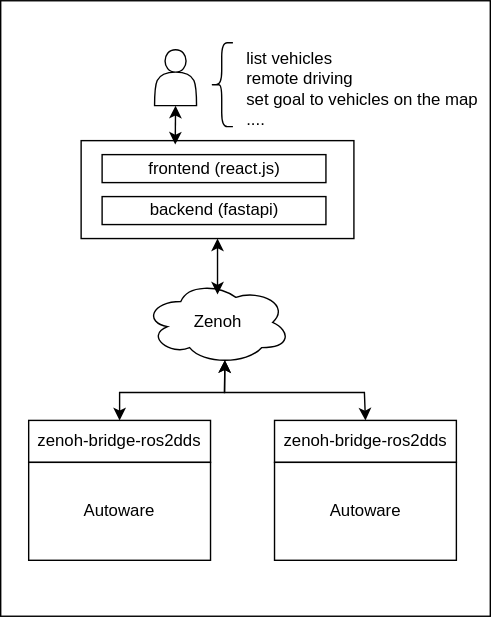
Above: resource/Autoware_FMS_Zenoh_Architecture.svg in evshary/zenoh_autoware_fms (draw.io), before the change. Source tidied: cells renumbered, new cells last; positions are measured from the earlier drawing's top-left corner, leaving out a move shared by most shapes. Its diagram source:
```xml
<mxGraphModel>
  <root>
    <mxCell id="0" />
    <mxCell id="1" parent="0" />
    <mxCell id="2" style="rounded=0;whiteSpace=wrap;html=1;" parent="1" vertex="1">
      <mxGeometry width="350" height="440" as="geometry" />
    </mxCell>
    <mxCell id="3" style="shape=actor;whiteSpace=wrap;html=1;" parent="1" vertex="1">
      <mxGeometry x="110" y="35" width="30" height="40" as="geometry" />
    </mxCell>
    <mxCell id="4" style="rounded=0;whiteSpace=wrap;html=1;" parent="1" vertex="1">
      <mxGeometry x="57.5" y="100" width="195" height="70" as="geometry" />
    </mxCell>
    <mxCell id="5" value="Zenoh" style="ellipse;shape=cloud;whiteSpace=wrap;html=1;" parent="1" vertex="1">
      <mxGeometry x="102.5" y="200" width="105" height="60" as="geometry" />
    </mxCell>
    <mxCell id="6" value="zenoh-bridge-ros2dds" style="rounded=0;whiteSpace=wrap;html=1;" parent="1" vertex="1">
      <mxGeometry x="20" y="300" width="130" height="30" as="geometry" />
    </mxCell>
    <mxCell id="7" value="Autoware" style="rounded=0;whiteSpace=wrap;html=1;" parent="1" vertex="1">
      <mxGeometry x="20" y="330" width="130" height="70" as="geometry" />
    </mxCell>
    <mxCell id="8" value="frontend (react.js)" style="rounded=0;whiteSpace=wrap;html=1;" parent="1" vertex="1">
      <mxGeometry x="72.5" y="110" width="160" height="20" as="geometry" />
    </mxCell>
    <mxCell id="9" value="backend (fastapi)" style="rounded=0;whiteSpace=wrap;html=1;" parent="1" vertex="1">
      <mxGeometry x="72.5" y="140" width="160" height="20" as="geometry" />
    </mxCell>
    <mxCell id="10" style="shape=curlyBracket;whiteSpace=wrap;html=1;rounded=1;labelPosition=left;verticalLabelPosition=middle;align=right;verticalAlign=middle;" parent="1" vertex="1">
      <mxGeometry x="150" y="30" width="16" height="60" as="geometry" />
    </mxCell>
    <mxCell id="11" value="list vehicles&lt;br&gt;remote driving&lt;br&gt;set goal to vehicles on the map&lt;br&gt;...." style="text;html=1;strokeColor=none;fillColor=none;align=left;verticalAlign=middle;whiteSpace=wrap;rounded=0;" parent="1" vertex="1">
      <mxGeometry x="173.5" y="35" width="176.5" height="55" as="geometry" />
    </mxCell>
    <mxCell id="12" style="endArrow=classic;startArrow=classic;html=1;rounded=0;entryX=0.5;entryY=1;entryDx=0;entryDy=0;exitX=0.345;exitY=0.04;exitDx=0;exitDy=0;exitPerimeter=0;" parent="1" edge="1" source="4" target="3">
      <mxGeometry relative="1" as="geometry" />
    </mxCell>
    <mxCell id="13" style="endArrow=classic;startArrow=classic;html=1;rounded=0;entryX=0.5;entryY=1;entryDx=0;entryDy=0;" parent="1" edge="1" target="4">
      <mxGeometry relative="1" as="geometry">
        <mxPoint x="155" y="210" as="sourcePoint" />
      </mxGeometry>
    </mxCell>
    <mxCell id="14" value="zenoh-bridge-ros2dds" style="rounded=0;whiteSpace=wrap;html=1;" parent="1" vertex="1">
      <mxGeometry x="195.8" y="300" width="130" height="30" as="geometry" />
    </mxCell>
    <mxCell id="15" value="Autoware" style="rounded=0;whiteSpace=wrap;html=1;" parent="1" vertex="1">
      <mxGeometry x="195.8" y="330" width="130" height="70" as="geometry" />
    </mxCell>
    <mxCell id="16" style="endArrow=classic;startArrow=classic;html=1;rounded=0;entryX=0.55;entryY=0.95;entryDx=0;entryDy=0;entryPerimeter=0;exitX=0.5;exitY=0;exitDx=0;exitDy=0;" parent="1" edge="1" source="6" target="5">
      <mxGeometry relative="1" as="geometry">
        <Array as="points">
          <mxPoint x="85" y="280" />
          <mxPoint x="160" y="280" />
        </Array>
      </mxGeometry>
    </mxCell>
    <mxCell id="17" style="endArrow=classic;startArrow=classic;html=1;rounded=0;entryX=0.55;entryY=0.95;entryDx=0;entryDy=0;entryPerimeter=0;exitX=0.5;exitY=0;exitDx=0;exitDy=0;" parent="1" edge="1" source="14" target="5">
      <mxGeometry relative="1" as="geometry">
        <Array as="points">
          <mxPoint x="260" y="280" />
          <mxPoint x="160" y="280" />
        </Array>
      </mxGeometry>
    </mxCell>
  </root>
</mxGraphModel>
```
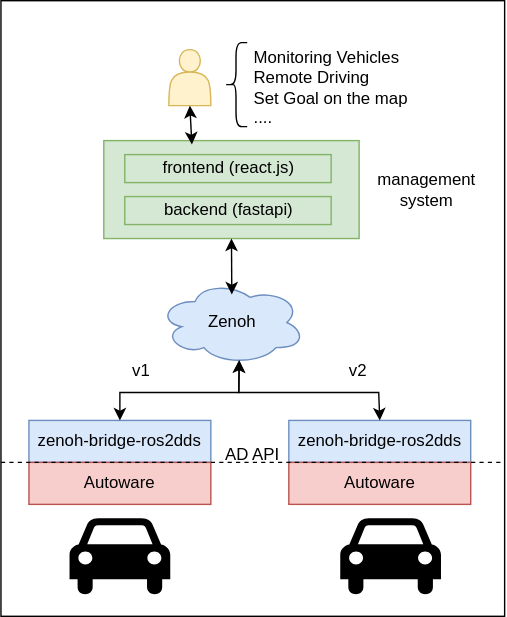
After the change.

Change to the diagram source:
```diff
@@ -3,34 +3,34 @@
     <mxCell id="0" />
     <mxCell id="1" parent="0" />
     <mxCell id="2" style="rounded=0;whiteSpace=wrap;html=1;" parent="1" vertex="1">
-      <mxGeometry width="350" height="440" as="geometry" />
+      <mxGeometry x="-10" width="360" height="440" as="geometry" />
     </mxCell>
-    <mxCell id="3" style="shape=actor;whiteSpace=wrap;html=1;" parent="1" vertex="1">
+    <mxCell id="3" style="shape=actor;whiteSpace=wrap;html=1;fillColor=#fff2cc;strokeColor=#d6b656;" parent="1" vertex="1">
       <mxGeometry x="110" y="35" width="30" height="40" as="geometry" />
     </mxCell>
-    <mxCell id="4" style="rounded=0;whiteSpace=wrap;html=1;" parent="1" vertex="1">
-      <mxGeometry x="57.5" y="100" width="195" height="70" as="geometry" />
+    <mxCell id="4" style="rounded=0;whiteSpace=wrap;html=1;fillColor=#d5e8d4;strokeColor=#82b366;" parent="1" vertex="1">
+      <mxGeometry x="63.5" y="100" width="182.5" height="70" as="geometry" />
     </mxCell>
-    <mxCell id="5" value="Zenoh" style="ellipse;shape=cloud;whiteSpace=wrap;html=1;" parent="1" vertex="1">
+    <mxCell id="5" value="Zenoh" style="ellipse;shape=cloud;whiteSpace=wrap;html=1;fillColor=#dae8fc;strokeColor=#6c8ebf;" parent="1" vertex="1">
       <mxGeometry x="102.5" y="200" width="105" height="60" as="geometry" />
     </mxCell>
-    <mxCell id="6" value="zenoh-bridge-ros2dds" style="rounded=0;whiteSpace=wrap;html=1;" parent="1" vertex="1">
-      <mxGeometry x="20" y="300" width="130" height="30" as="geometry" />
+    <mxCell id="6" value="zenoh-bridge-ros2dds" style="rounded=0;whiteSpace=wrap;html=1;fillColor=#dae8fc;strokeColor=#6c8ebf;" parent="1" vertex="1">
+      <mxGeometry x="10" y="300" width="130" height="30" as="geometry" />
     </mxCell>
-    <mxCell id="7" value="Autoware" style="rounded=0;whiteSpace=wrap;html=1;" parent="1" vertex="1">
-      <mxGeometry x="20" y="330" width="130" height="70" as="geometry" />
+    <mxCell id="7" value="Autoware" style="rounded=0;whiteSpace=wrap;html=1;fillColor=#f8cecc;strokeColor=#b85450;" parent="1" vertex="1">
+      <mxGeometry x="10" y="330" width="130" height="30" as="geometry" />
     </mxCell>
-    <mxCell id="8" value="frontend (react.js)" style="rounded=0;whiteSpace=wrap;html=1;" parent="1" vertex="1">
-      <mxGeometry x="72.5" y="110" width="160" height="20" as="geometry" />
+    <mxCell id="8" value="frontend (react.js)" style="rounded=0;whiteSpace=wrap;html=1;fillColor=#d5e8d4;strokeColor=#82b366;" parent="1" vertex="1">
+      <mxGeometry x="78.5" y="110" width="147.5" height="20" as="geometry" />
     </mxCell>
-    <mxCell id="9" value="backend (fastapi)" style="rounded=0;whiteSpace=wrap;html=1;" parent="1" vertex="1">
-      <mxGeometry x="72.5" y="140" width="160" height="20" as="geometry" />
+    <mxCell id="9" value="backend (fastapi)" style="rounded=0;whiteSpace=wrap;html=1;fillColor=#d5e8d4;strokeColor=#82b366;" parent="1" vertex="1">
+      <mxGeometry x="78.5" y="140" width="147.5" height="20" as="geometry" />
     </mxCell>
     <mxCell id="10" style="shape=curlyBracket;whiteSpace=wrap;html=1;rounded=1;labelPosition=left;verticalLabelPosition=middle;align=right;verticalAlign=middle;" parent="1" vertex="1">
       <mxGeometry x="150" y="30" width="16" height="60" as="geometry" />
     </mxCell>
-    <mxCell id="11" value="list vehicles&lt;br&gt;remote driving&lt;br&gt;set goal to vehicles on the map&lt;br&gt;...." style="text;html=1;strokeColor=none;fillColor=none;align=left;verticalAlign=middle;whiteSpace=wrap;rounded=0;" parent="1" vertex="1">
-      <mxGeometry x="173.5" y="35" width="176.5" height="55" as="geometry" />
+    <mxCell id="11" value="Monitoring Vehicles&lt;br&gt;Remote Driving&lt;br&gt;Set Goal on the map&lt;br&gt;...." style="text;html=1;strokeColor=none;fillColor=none;align=left;verticalAlign=middle;whiteSpace=wrap;rounded=0;" parent="1" vertex="1">
+      <mxGeometry x="168.5" y="34" width="176.5" height="55" as="geometry" />
     </mxCell>
     <mxCell id="12" style="endArrow=classic;startArrow=classic;html=1;rounded=0;entryX=0.5;entryY=1;entryDx=0;entryDy=0;exitX=0.345;exitY=0.04;exitDx=0;exitDy=0;exitPerimeter=0;" parent="1" edge="1" source="4" target="3">
       <mxGeometry relative="1" as="geometry" />
@@ -40,16 +40,16 @@
         <mxPoint x="155" y="210" as="sourcePoint" />
       </mxGeometry>
     </mxCell>
-    <mxCell id="14" value="zenoh-bridge-ros2dds" style="rounded=0;whiteSpace=wrap;html=1;" parent="1" vertex="1">
+    <mxCell id="14" value="zenoh-bridge-ros2dds" style="rounded=0;whiteSpace=wrap;html=1;fillColor=#dae8fc;strokeColor=#6c8ebf;" parent="1" vertex="1">
       <mxGeometry x="195.8" y="300" width="130" height="30" as="geometry" />
     </mxCell>
-    <mxCell id="15" value="Autoware" style="rounded=0;whiteSpace=wrap;html=1;" parent="1" vertex="1">
-      <mxGeometry x="195.8" y="330" width="130" height="70" as="geometry" />
+    <mxCell id="15" value="Autoware" style="rounded=0;whiteSpace=wrap;html=1;fillColor=#f8cecc;strokeColor=#b85450;" parent="1" vertex="1">
+      <mxGeometry x="195.8" y="330" width="130" height="30" as="geometry" />
     </mxCell>
     <mxCell id="16" style="endArrow=classic;startArrow=classic;html=1;rounded=0;entryX=0.55;entryY=0.95;entryDx=0;entryDy=0;entryPerimeter=0;exitX=0.5;exitY=0;exitDx=0;exitDy=0;" parent="1" edge="1" source="6" target="5">
       <mxGeometry relative="1" as="geometry">
         <Array as="points">
-          <mxPoint x="85" y="280" />
+          <mxPoint x="75" y="280" />
           <mxPoint x="160" y="280" />
         </Array>
       </mxGeometry>
@@ -62,5 +62,26 @@
         </Array>
       </mxGeometry>
     </mxCell>
+    <mxCell id="18" style="shape=mxgraph.signs.transportation.car_4;html=1;fillColor=#000000;strokeColor=none;verticalLabelPosition=bottom;verticalAlign=top;align=center;sketch=0;" parent="1" vertex="1">
+      <mxGeometry x="39" y="370" width="72" height="56" as="geometry" />
+    </mxCell>
+    <mxCell id="19" style="shape=mxgraph.signs.transportation.car_4;html=1;fillColor=#000000;strokeColor=none;verticalLabelPosition=bottom;verticalAlign=top;align=center;sketch=0;" parent="1" vertex="1">
+      <mxGeometry x="232.5" y="370" width="72" height="56" as="geometry" />
+    </mxCell>
+    <mxCell id="20" value="v1" style="text;html=1;align=center;verticalAlign=middle;whiteSpace=wrap;rounded=0;" parent="1" vertex="1">
+      <mxGeometry x="77.5" y="250" width="25" height="30" as="geometry" />
+    </mxCell>
+    <mxCell id="21" value="v2" style="text;html=1;align=center;verticalAlign=middle;whiteSpace=wrap;rounded=0;" parent="1" vertex="1">
+      <mxGeometry x="232.5" y="250" width="25" height="30" as="geometry" />
+    </mxCell>
+    <mxCell id="22" value="management system" style="text;html=1;align=center;verticalAlign=middle;whiteSpace=wrap;rounded=0;" parent="1" vertex="1">
+      <mxGeometry x="257.5" y="120" width="72.5" height="30" as="geometry" />
+    </mxCell>
+    <mxCell id="23" style="endArrow=none;dashed=1;html=1;rounded=0;entryX=1;entryY=0.75;entryDx=0;entryDy=0;exitX=0;exitY=0.75;exitDx=0;exitDy=0;" parent="1" edge="1" source="2" target="2">
+      <mxGeometry relative="1" as="geometry" />
+    </mxCell>
+    <mxCell id="24" value="AD API" style="text;html=1;align=center;verticalAlign=middle;whiteSpace=wrap;rounded=0;" parent="1" vertex="1">
+      <mxGeometry x="140" y="310" width="60" height="30" as="geometry" />
+    </mxCell>
   </root>
 </mxGraphModel>
```
